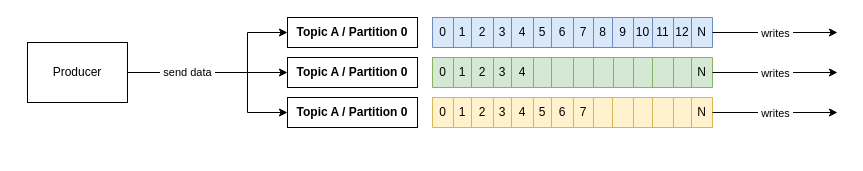
jeftegoes/apache-kafka-overview-examples-commands keeps this draw.io diagram as diagrams/kafka-producer.drawio. Above is the earlier version. Source tidied: cells renumbered, new cells numbered last; positions are measured from the earlier drawing's top-left corner, leaving out a move shared by most shapes. Both pictures are drawn from the tidied source at 100%, with x=0, y=0 at pixel (27, 17).
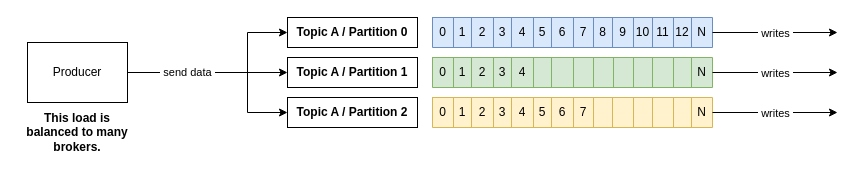
The same page after the edit.

The edit, as a diff of the source:
```diff
@@
-    <mxCell id="55" value="&lt;div&gt;&lt;b&gt;Topic A / Partition 0&lt;/b&gt;&lt;/div&gt;" style="whiteSpace=wrap;html=1;" parent="1" vertex="1">
+    <mxCell id="55" value="&lt;div&gt;&lt;b&gt;Topic A / Partition 1&lt;/b&gt;&lt;/div&gt;" style="whiteSpace=wrap;html=1;" parent="1" vertex="1">
       <mxGeometry x="260" y="40" width="130" height="30" as="geometry" />
     </mxCell>
-    <mxCell id="56" value="&lt;div&gt;&lt;b&gt;Topic A / Partition 0&lt;/b&gt;&lt;/div&gt;" style="whiteSpace=wrap;html=1;" parent="1" vertex="1">
+    <mxCell id="56" value="&lt;div&gt;&lt;b&gt;Topic A / Partition 2&lt;/b&gt;&lt;/div&gt;" style="whiteSpace=wrap;html=1;" parent="1" vertex="1">
       <mxGeometry x="260" y="80" width="130" height="30" as="geometry" />
     </mxCell>
@@
+    <mxCell id="60" value="This load is balanced to many brokers." style="text;html=1;whiteSpace=wrap;strokeColor=none;fillColor=none;align=center;verticalAlign=middle;rounded=0;fontStyle=1;" parent="1" vertex="1">
+      <mxGeometry x="-10" y="100" width="120" height="30" as="geometry" />
+    </mxCell>
```
